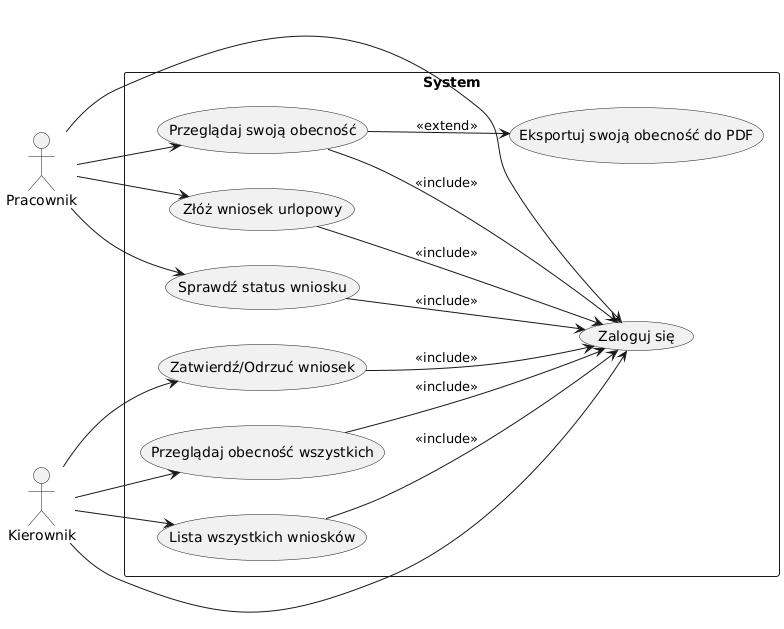
This is Diagram przypadków użycia.png from araskowalczyk/PS6, a PlantUML export, as it was before one commit. The source it was exported from:
```plantuml
@startuml
left to right direction

actor Pracownik
actor Kierownik

rectangle System {

  (Zaloguj się) as Login
  (Złóż wniosek urlopowy) as SubmitLeave
  (Sprawdź status wniosku) as CheckStatus
  (Przeglądaj swoją obecność) as ViewOwnAttendance
  (Eksportuj swoją obecność do PDF) as ExportOwnAttendance

  (Zatwierdź/Odrzuć wniosek) as ApproveReject
  (Przeglądaj obecność wszystkich) as ViewAllAttendance
  (Lista wszystkich wniosków) as AllRequests

  Pracownik --> Login
  Pracownik --> SubmitLeave
  Pracownik --> CheckStatus
  Pracownik --> ViewOwnAttendance

  Kierownik --> Login
  Kierownik --> ApproveReject
  Kierownik --> ViewAllAttendance
  Kierownik --> AllRequests

  SubmitLeave --> Login : <<include>>
  CheckStatus --> Login : <<include>>
  ViewOwnAttendance --> Login : <<include>>

  ApproveReject --> Login : <<include>>
  ViewAllAttendance --> Login : <<include>>
  AllRequests --> Login : <<include>>

  ViewOwnAttendance --> ExportOwnAttendance : <<extend>>
}
@enduml
```
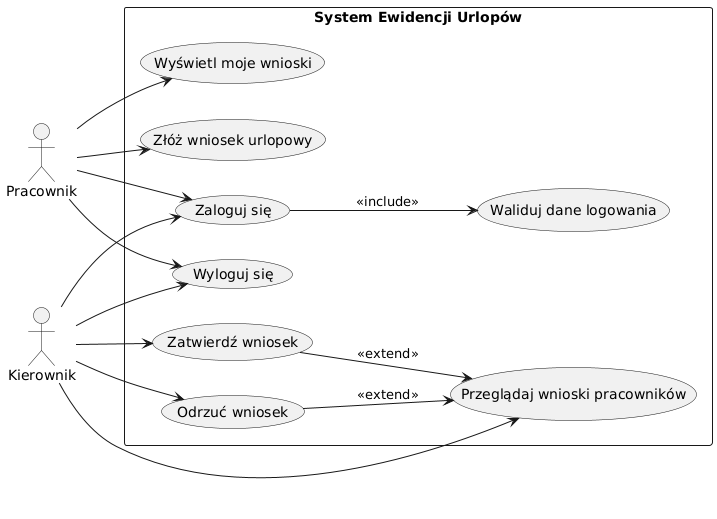
Above is the later version.

Diff of the diagram source:
```diff
@@ -1,39 +1,22 @@
 @startuml
 left to right direction
-
 actor Pracownik
 actor Kierownik
 
-rectangle System {
+rectangle "System Ewidencji Urlopów" {
+  Pracownik --> (Zaloguj się)
+  Pracownik --> (Wyloguj się)
+  Pracownik --> (Złóż wniosek urlopowy)
+  Pracownik --> (Wyświetl moje wnioski)
 
-  (Zaloguj się) as Login
-  (Złóż wniosek urlopowy) as SubmitLeave
-  (Sprawdź status wniosku) as CheckStatus
-  (Przeglądaj swoją obecność) as ViewOwnAttendance
-  (Eksportuj swoją obecność do PDF) as ExportOwnAttendance
+  Kierownik --> (Zaloguj się)
+  Kierownik --> (Wyloguj się)
+  Kierownik --> (Przeglądaj wnioski pracowników)
+  Kierownik --> (Zatwierdź wniosek)
+  Kierownik --> (Odrzuć wniosek)
 
-  (Zatwierdź/Odrzuć wniosek) as ApproveReject
-  (Przeglądaj obecność wszystkich) as ViewAllAttendance
-  (Lista wszystkich wniosków) as AllRequests
-
-  Pracownik --> Login
-  Pracownik --> SubmitLeave
-  Pracownik --> CheckStatus
-  Pracownik --> ViewOwnAttendance
-
-  Kierownik --> Login
-  Kierownik --> ApproveReject
-  Kierownik --> ViewAllAttendance
-  Kierownik --> AllRequests
-
-  SubmitLeave --> Login : <<include>>
-  CheckStatus --> Login : <<include>>
-  ViewOwnAttendance --> Login : <<include>>
-
-  ApproveReject --> Login : <<include>>
-  ViewAllAttendance --> Login : <<include>>
-  AllRequests --> Login : <<include>>
-
-  ViewOwnAttendance --> ExportOwnAttendance : <<extend>>
+  (Zatwierdź wniosek) --> (Przeglądaj wnioski pracowników) : <<extend>>
+  (Odrzuć wniosek) --> (Przeglądaj wnioski pracowników) : <<extend>>
+  (Zaloguj się) --> (Waliduj dane logowania) : <<include>>
 }
 @enduml
```
